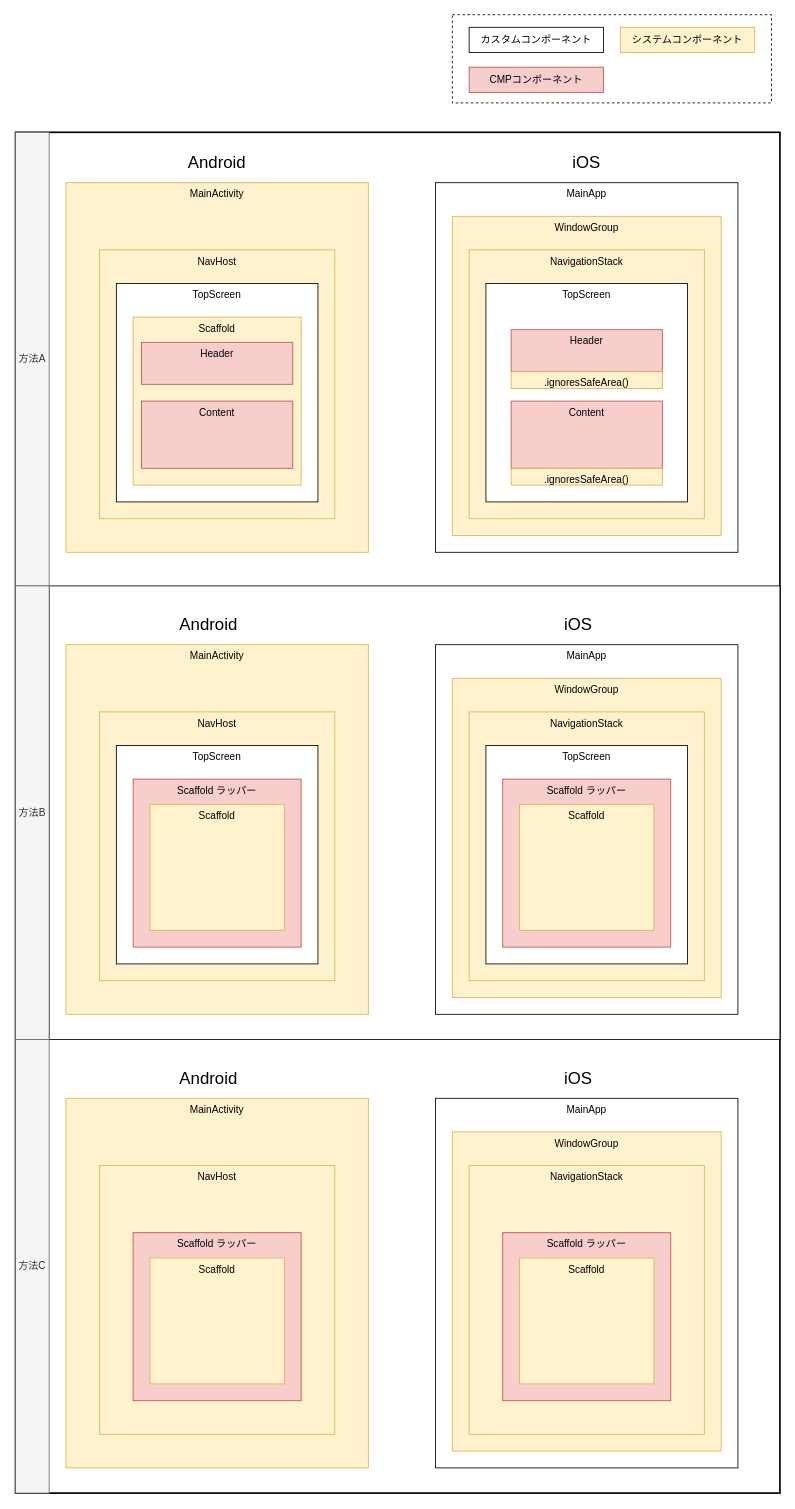
seabat/hybrid-cmp-pdf-viewer keeps this draw.io diagram as page "UI共通化" (2 of 5) of docs/CMP_In_Native化案.drawio. Above is the earlier version. Source tidied: cells renumbered, new cells numbered last; positions are measured from the earlier drawing's top-left corner, leaving out a move shared by most shapes. Both pictures are drawn from the tidied source at 84%, with x=0, y=0 at pixel (15, 14).
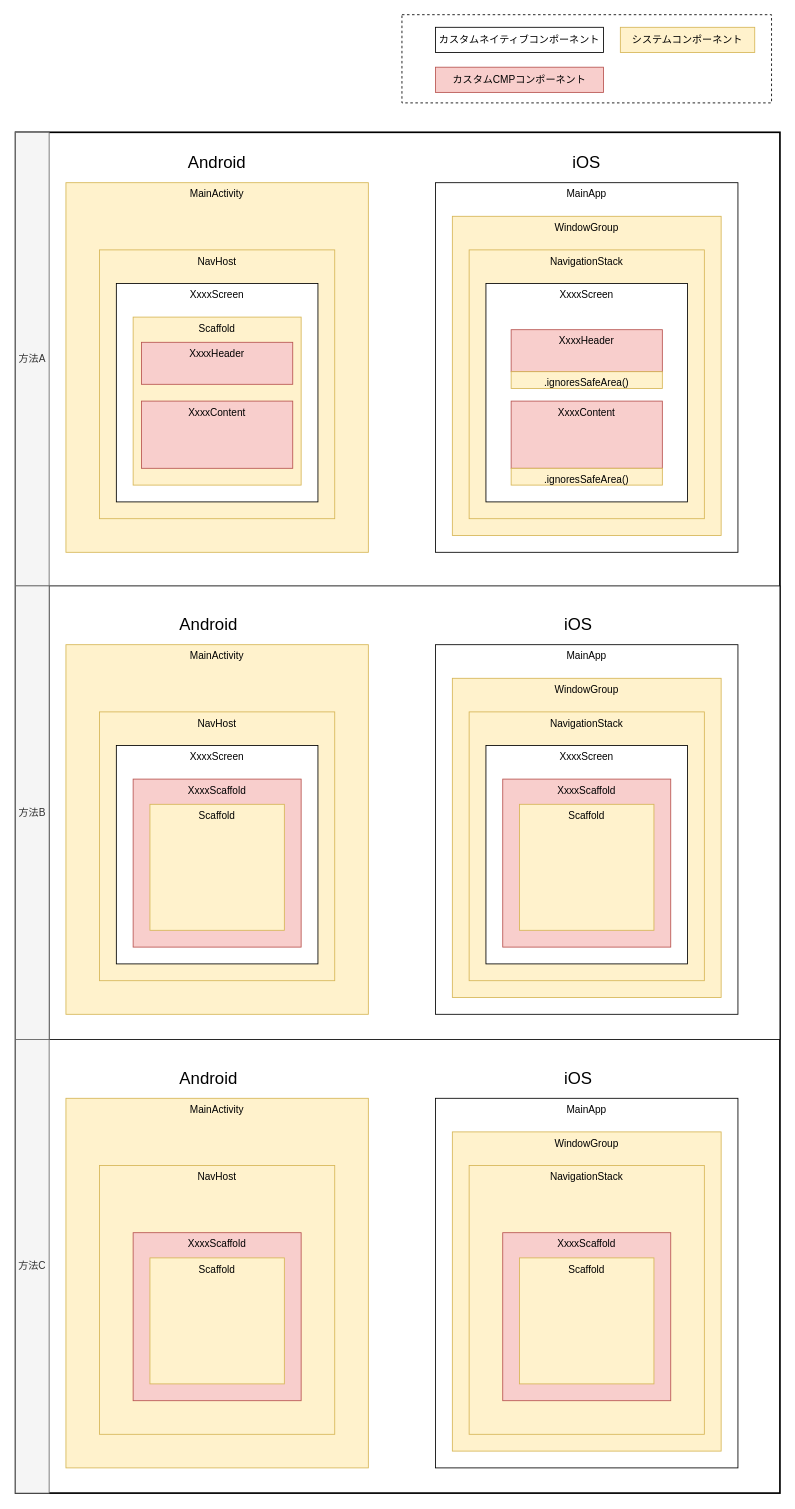
Above is the later version.

Diff of the diagram source:
```diff
@@
     <mxCell id="4" style="rounded=0;whiteSpace=wrap;html=1;dashed=1;" parent="1" vertex="1">
-      <mxGeometry x="520" width="380" height="105" as="geometry" />
+      <mxGeometry x="460" width="440" height="105" as="geometry" />
     </mxCell>
@@
-    <mxCell id="7" value="TopScreen" style="rounded=0;whiteSpace=wrap;html=1;verticalAlign=top;" parent="1" vertex="1">
+    <mxCell id="7" value="XxxxScreen" style="rounded=0;whiteSpace=wrap;html=1;verticalAlign=top;" parent="1" vertex="1">
       <mxGeometry x="120" y="320" width="240" height="260" as="geometry" />
     </mxCell>
@@
-    <mxCell id="9" value="Header" style="rounded=0;whiteSpace=wrap;html=1;verticalAlign=top;fillColor=#f8cecc;strokeColor=#b85450;" parent="1" vertex="1">
+    <mxCell id="9" value="XxxxHeader" style="rounded=0;whiteSpace=wrap;html=1;verticalAlign=top;fillColor=#f8cecc;strokeColor=#b85450;" parent="1" vertex="1">
       <mxGeometry x="150" y="390" width="180" height="50" as="geometry" />
     </mxCell>
-    <mxCell id="10" value="Content" style="rounded=0;whiteSpace=wrap;html=1;verticalAlign=top;fillColor=#f8cecc;strokeColor=#b85450;" parent="1" vertex="1">
+    <mxCell id="10" value="XxxxContent" style="rounded=0;whiteSpace=wrap;html=1;verticalAlign=top;fillColor=#f8cecc;strokeColor=#b85450;" parent="1" vertex="1">
       <mxGeometry x="150" y="460" width="180" height="80" as="geometry" />
     </mxCell>
@@
-    <mxCell id="14" value="TopScreen" style="rounded=0;whiteSpace=wrap;html=1;verticalAlign=top;" parent="1" vertex="1">
+    <mxCell id="14" value="XxxxScreen" style="rounded=0;whiteSpace=wrap;html=1;verticalAlign=top;" parent="1" vertex="1">
       <mxGeometry x="560" y="320" width="240" height="260" as="geometry" />
     </mxCell>
@@
-    <mxCell id="17" value="Header" style="rounded=0;whiteSpace=wrap;html=1;verticalAlign=top;fillColor=#f8cecc;strokeColor=#b85450;" parent="1" vertex="1">
+    <mxCell id="17" value="XxxxHeader" style="rounded=0;whiteSpace=wrap;html=1;verticalAlign=top;fillColor=#f8cecc;strokeColor=#b85450;" parent="1" vertex="1">
       <mxGeometry x="590" y="375" width="180" height="50" as="geometry" />
     </mxCell>
-    <mxCell id="18" value="Content" style="rounded=0;whiteSpace=wrap;html=1;verticalAlign=top;fillColor=#f8cecc;strokeColor=#b85450;" parent="1" vertex="1">
+    <mxCell id="18" value="XxxxContent" style="rounded=0;whiteSpace=wrap;html=1;verticalAlign=top;fillColor=#f8cecc;strokeColor=#b85450;" parent="1" vertex="1">
       <mxGeometry x="590" y="460" width="180" height="80" as="geometry" />
     </mxCell>
@@
-    <mxCell id="20" value="カスタムコンポーネント" style="rounded=0;whiteSpace=wrap;html=1;" parent="1" vertex="1">
-      <mxGeometry x="540" y="15" width="160" height="30" as="geometry" />
+    <mxCell id="20" value="カスタムネイティブコンポーネント" style="rounded=0;whiteSpace=wrap;html=1;" parent="1" vertex="1">
+      <mxGeometry x="500" y="15" width="200" height="30" as="geometry" />
     </mxCell>
-    <mxCell id="21" value="CMPコンポーネント" style="rounded=0;whiteSpace=wrap;html=1;fillColor=#f8cecc;strokeColor=#b85450;" parent="1" vertex="1">
-      <mxGeometry x="540" y="62.5" width="160" height="30" as="geometry" />
+    <mxCell id="21" value="カスタムCMPコンポーネント" style="rounded=0;whiteSpace=wrap;html=1;fillColor=#f8cecc;strokeColor=#b85450;" parent="1" vertex="1">
+      <mxGeometry x="500" y="62.5" width="200" height="30" as="geometry" />
     </mxCell>
@@
-    <mxCell id="26" value="TopScreen" style="rounded=0;whiteSpace=wrap;html=1;verticalAlign=top;" parent="1" vertex="1">
+    <mxCell id="26" value="XxxxScreen" style="rounded=0;whiteSpace=wrap;html=1;verticalAlign=top;" parent="1" vertex="1">
       <mxGeometry x="120" y="870" width="240" height="260" as="geometry" />
     </mxCell>
-    <mxCell id="27" value="Scaffold ラッパー" style="rounded=0;whiteSpace=wrap;html=1;verticalAlign=top;fillColor=#f8cecc;strokeColor=#b85450;" parent="1" vertex="1">
+    <mxCell id="27" value="XxxxScaffold" style="rounded=0;whiteSpace=wrap;html=1;verticalAlign=top;fillColor=#f8cecc;strokeColor=#b85450;" parent="1" vertex="1">
       <mxGeometry x="140" y="910" width="200" height="200" as="geometry" />
     </mxCell>
@@
-    <mxCell id="31" value="TopScreen" style="rounded=0;whiteSpace=wrap;html=1;verticalAlign=top;" parent="1" vertex="1">
+    <mxCell id="31" value="XxxxScreen" style="rounded=0;whiteSpace=wrap;html=1;verticalAlign=top;" parent="1" vertex="1">
       <mxGeometry x="560" y="870" width="240" height="260" as="geometry" />
     </mxCell>
-    <mxCell id="32" value="Scaffold ラッパー" style="rounded=0;whiteSpace=wrap;html=1;verticalAlign=top;fillColor=#f8cecc;strokeColor=#b85450;" parent="1" vertex="1">
+    <mxCell id="32" value="XxxxScaffold" style="rounded=0;whiteSpace=wrap;html=1;verticalAlign=top;fillColor=#f8cecc;strokeColor=#b85450;" parent="1" vertex="1">
       <mxGeometry x="580" y="910" width="200" height="200" as="geometry" />
     </mxCell>
@@
-    <mxCell id="42" value="Scaffold ラッパー" style="rounded=0;whiteSpace=wrap;html=1;verticalAlign=top;fillColor=#f8cecc;strokeColor=#b85450;" parent="1" vertex="1">
+    <mxCell id="42" value="XxxxScaffold" style="rounded=0;whiteSpace=wrap;html=1;verticalAlign=top;fillColor=#f8cecc;strokeColor=#b85450;" parent="1" vertex="1">
       <mxGeometry x="140" y="1450" width="200" height="200" as="geometry" />
     </mxCell>
@@
-    <mxCell id="46" value="Scaffold ラッパー" style="rounded=0;whiteSpace=wrap;html=1;verticalAlign=top;fillColor=#f8cecc;strokeColor=#b85450;" parent="1" vertex="1">
+    <mxCell id="46" value="XxxxScaffold" style="rounded=0;whiteSpace=wrap;html=1;verticalAlign=top;fillColor=#f8cecc;strokeColor=#b85450;" parent="1" vertex="1">
       <mxGeometry x="580" y="1450" width="200" height="200" as="geometry" />
     </mxCell>
```
